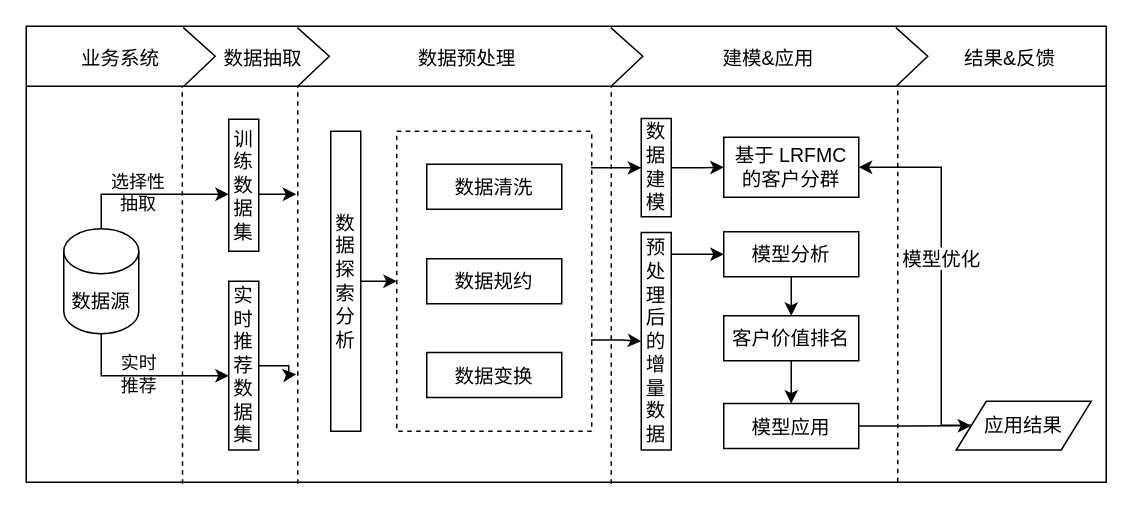
Before: 一种基于天气的晾衣机功能推荐系统.drawio in Eurkon/Diagrams, a draw.io diagram. Source tidied: cells renumbered, new cells numbered last; positions are measured from the earlier drawing's top-left corner, leaving out a move shared by most shapes. Both pictures are drawn from the tidied source at 150%, with x=0, y=0 at pixel (26, 26).
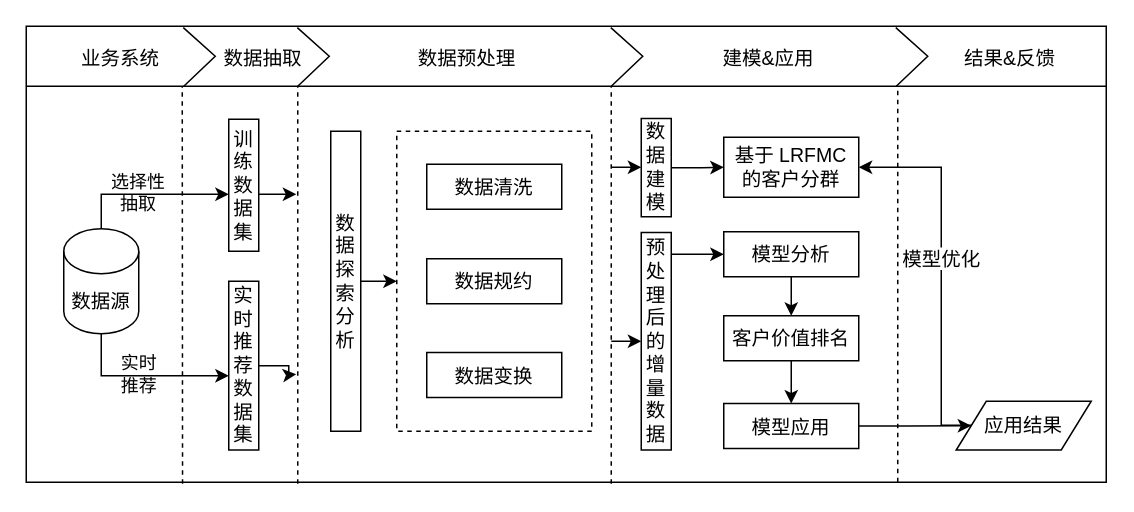
After the change.

Commit message (it also covers changes not shown here):
更新一种基于天气的晾衣机功能推荐系统.drawio

The change refers to these unchanged cells:
```xml
<mxCell id="33" style="rounded=0;whiteSpace=wrap;html=1;dashed=1;fontSize=13;" parent="32" vertex="1">
  <mxGeometry width="130" height="200" as="geometry" />
</mxCell>
<mxCell id="40" value="数据建模" style="rounded=0;whiteSpace=wrap;html=1;horizontal=1;fontSize=13;" parent="1" vertex="1">
  <mxGeometry x="410" y="61.5" width="20" height="65.5" as="geometry" />
</mxCell>
<mxCell id="42" value="预处理后的增量数据" style="rounded=0;whiteSpace=wrap;html=1;horizontal=1;fontSize=13;" parent="1" vertex="1">
  <mxGeometry x="410" y="137.5" width="20" height="145" as="geometry" />
</mxCell>
```

What changed in the source:
```diff
@@
-    <mxCell id="45" style="edgeStyle=orthogonalEdgeStyle;rounded=0;jettySize=auto;html=1;exitX=0.995;exitY=0.122;exitDx=0;exitDy=0;exitPerimeter=0;" parent="1" edge="1" source="33" target="40">
-      <mxGeometry relative="1" as="geometry" />
+    <mxCell id="45" style="edgeStyle=orthogonalEdgeStyle;rounded=0;jettySize=auto;html=1;" parent="1" edge="1" target="40">
+      <mxGeometry relative="1" as="geometry">
+        <mxPoint x="390" y="94" as="sourcePoint" />
+        <Array as="points">
+          <mxPoint x="397" y="94" />
+          <mxPoint x="397" y="94" />
+        </Array>
+      </mxGeometry>
     </mxCell>
-    <mxCell id="46" style="edgeStyle=orthogonalEdgeStyle;rounded=0;jettySize=auto;html=1;exitX=0.995;exitY=0.696;exitDx=0;exitDy=0;exitPerimeter=0;" parent="1" edge="1" source="33" target="42">
-      <mxGeometry relative="1" as="geometry" />
+    <mxCell id="46" style="edgeStyle=orthogonalEdgeStyle;rounded=0;jettySize=auto;html=1;" parent="1" edge="1" target="42">
+      <mxGeometry relative="1" as="geometry">
+        <mxPoint x="390" y="210" as="sourcePoint" />
+        <Array as="points">
+          <mxPoint x="397" y="210" />
+          <mxPoint x="397" y="210" />
+        </Array>
+      </mxGeometry>
     </mxCell>
```
